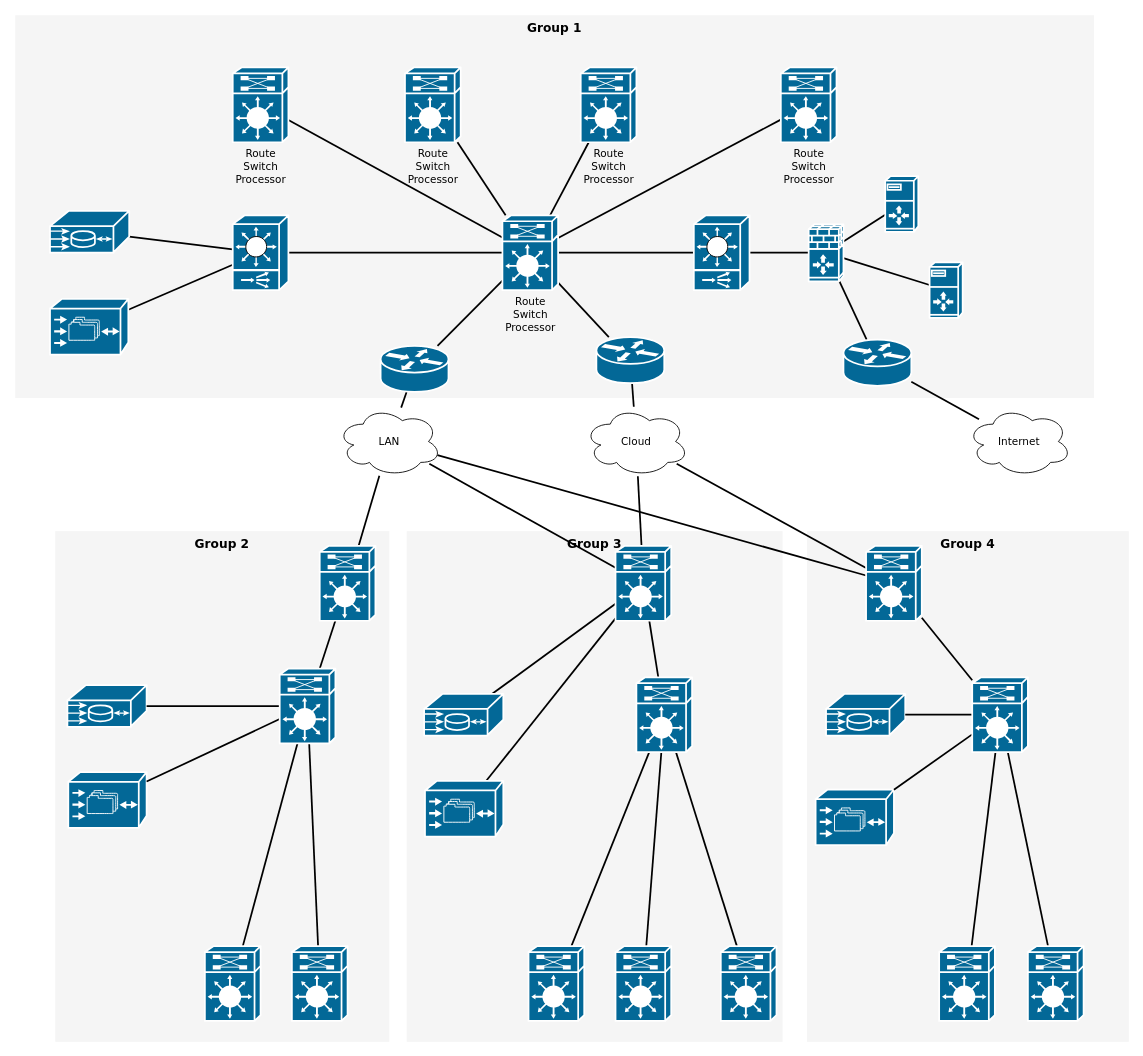
This is Untitled Diagram.drawio from Ataur-Physics/Network-Diagram, a draw.io file, before an edit. Source tidied: cells renumbered, new cells numbered last; positions are measured from the earlier drawing's top-left corner, leaving out a move shared by most shapes. Both pictures are drawn from the tidied source at 87%, with x=0, y=0 at pixel (15, 15).
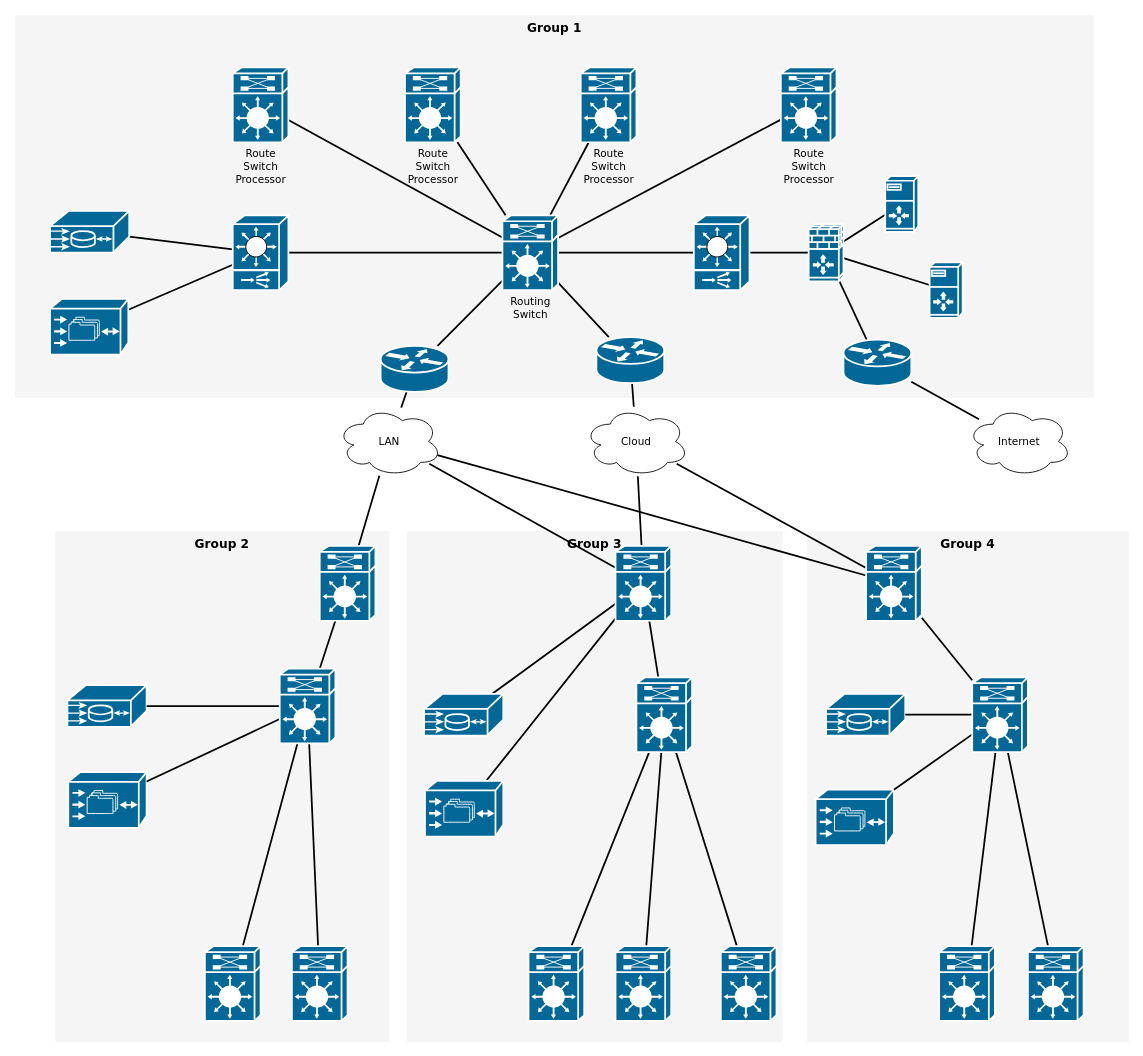
After the change.

The edit, as a diff of the source:
```diff
@@
-    <mxCell id="18" value="Route&lt;div&gt;Switch&lt;/div&gt;&lt;div&gt;Processor&lt;/div&gt;" style="shape=mxgraph.cisco.misc.route_switch_processor;html=1;dashed=0;fillColor=#036897;strokeColor=#ffffff;strokeWidth=2;verticalLabelPosition=bottom;verticalAlign=top;rounded=0;shadow=0;comic=0;fontFamily=Verdana;fontSize=12;" parent="1" vertex="1">
+    <mxCell id="18" value="Routing&lt;div&gt;Switch&lt;/div&gt;" style="shape=mxgraph.cisco.misc.route_switch_processor;html=1;dashed=0;fillColor=#036897;strokeColor=#ffffff;strokeWidth=2;verticalLabelPosition=bottom;verticalAlign=top;rounded=0;shadow=0;comic=0;fontFamily=Verdana;fontSize=12;" parent="1" vertex="1">
       <mxGeometry x="560" y="230" width="64" height="86" as="geometry" />
     </mxCell>
```
